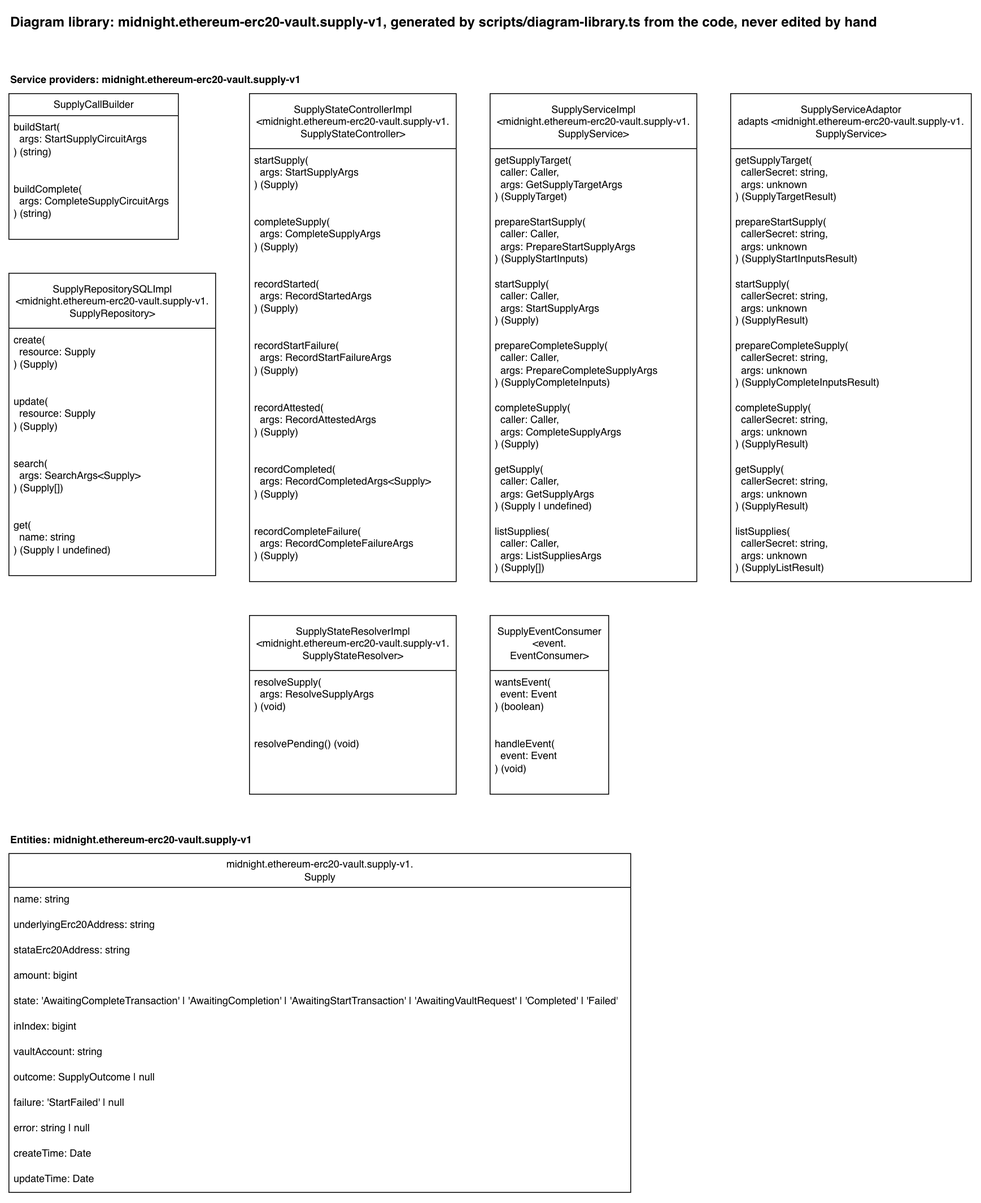
This is docs/diagram-library/midnight/ethereum-erc20-vault/supply-v1/diagram-library.drawio.png from sig-net/full-stack-demo, a draw.io export, as it was before one commit. Source tidied: cells renumbered, new cells last; positions are measured from the earlier drawing's top-left corner, leaving out a move shared by most shapes.
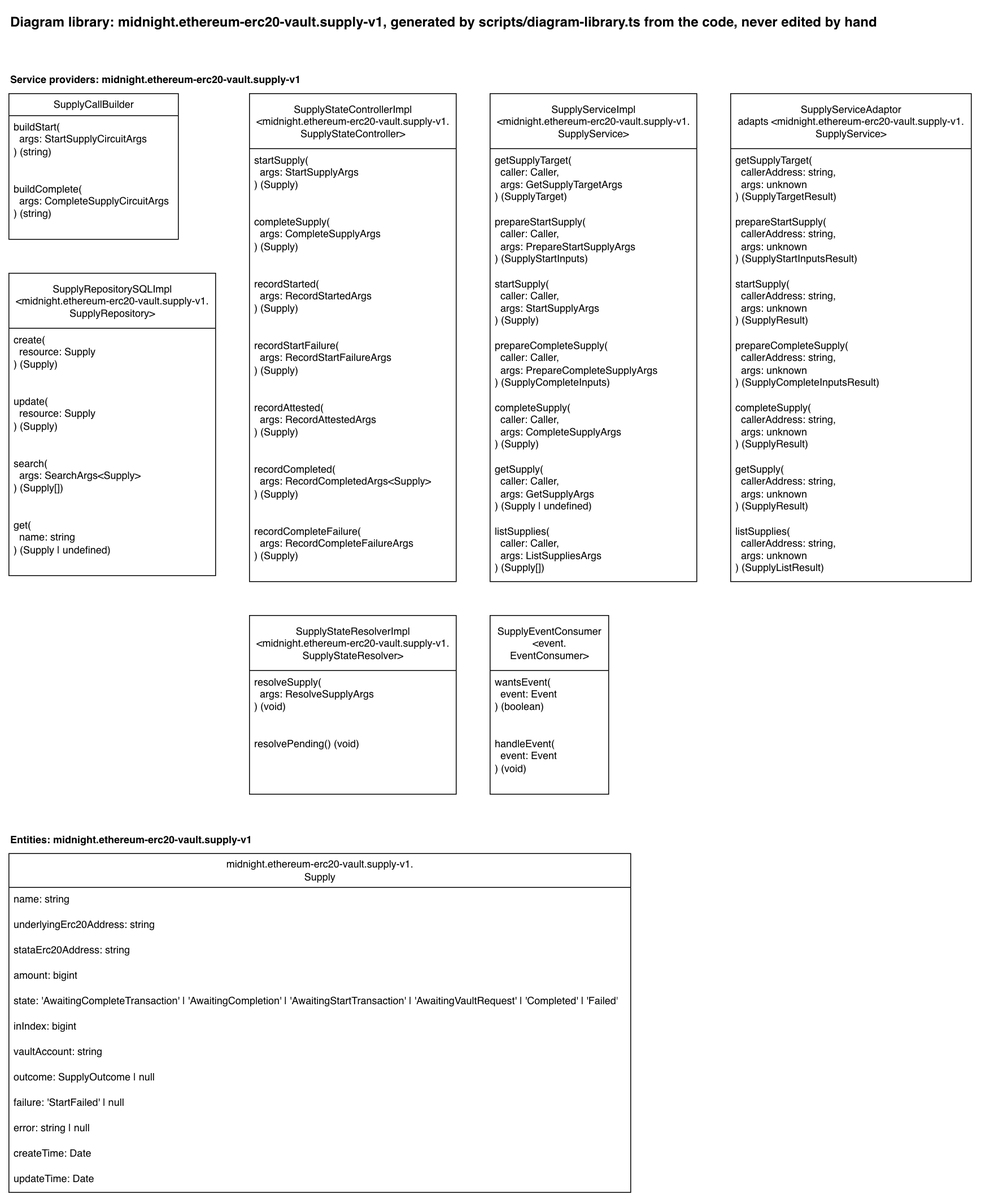
Later version of the same file.

What changed in the source:
```diff
@@ -101,25 +101,25 @@
     <mxCell id="34" value="SupplyServiceAdaptor&lt;br&gt;adapts &amp;lt;midnight.ethereum-erc20-vault.supply-v1.&lt;br&gt;SupplyService&amp;gt;" style="swimlane;fontStyle=0;horizontal=1;startSize=65;fillColor=default;html=1;fillStyle=solid;" parent="1" vertex="1">
       <mxGeometry x="852" y="100" width="284" height="576" as="geometry" />
     </mxCell>
-    <mxCell id="35" value="getSupplyTarget(&lt;br&gt;&amp;nbsp; callerSecret: string,&lt;br&gt;&amp;nbsp; args: unknown&lt;br&gt;) (SupplyTargetResult)" style="text;strokeColor=none;fillColor=none;align=left;verticalAlign=top;spacingLeft=4;spacingRight=4;overflow=hidden;whiteSpace=wrap;html=1;" parent="34" vertex="1">
+    <mxCell id="35" value="getSupplyTarget(&lt;br&gt;&amp;nbsp; callerAddress: string,&lt;br&gt;&amp;nbsp; args: unknown&lt;br&gt;) (SupplyTargetResult)" style="text;strokeColor=none;fillColor=none;align=left;verticalAlign=top;spacingLeft=4;spacingRight=4;overflow=hidden;whiteSpace=wrap;html=1;" parent="34" vertex="1">
       <mxGeometry y="65" width="284" height="73" as="geometry" />
     </mxCell>
-    <mxCell id="36" value="prepareStartSupply(&lt;br&gt;&amp;nbsp; callerSecret: string,&lt;br&gt;&amp;nbsp; args: unknown&lt;br&gt;) (SupplyStartInputsResult)" style="text;strokeColor=none;fillColor=none;align=left;verticalAlign=top;spacingLeft=4;spacingRight=4;overflow=hidden;whiteSpace=wrap;html=1;" parent="34" vertex="1">
+    <mxCell id="36" value="prepareStartSupply(&lt;br&gt;&amp;nbsp; callerAddress: string,&lt;br&gt;&amp;nbsp; args: unknown&lt;br&gt;) (SupplyStartInputsResult)" style="text;strokeColor=none;fillColor=none;align=left;verticalAlign=top;spacingLeft=4;spacingRight=4;overflow=hidden;whiteSpace=wrap;html=1;" parent="34" vertex="1">
       <mxGeometry y="138" width="284" height="73" as="geometry" />
     </mxCell>
-    <mxCell id="37" value="startSupply(&lt;br&gt;&amp;nbsp; callerSecret: string,&lt;br&gt;&amp;nbsp; args: unknown&lt;br&gt;) (SupplyResult)" style="text;strokeColor=none;fillColor=none;align=left;verticalAlign=top;spacingLeft=4;spacingRight=4;overflow=hidden;whiteSpace=wrap;html=1;" parent="34" vertex="1">
+    <mxCell id="37" value="startSupply(&lt;br&gt;&amp;nbsp; callerAddress: string,&lt;br&gt;&amp;nbsp; args: unknown&lt;br&gt;) (SupplyResult)" style="text;strokeColor=none;fillColor=none;align=left;verticalAlign=top;spacingLeft=4;spacingRight=4;overflow=hidden;whiteSpace=wrap;html=1;" parent="34" vertex="1">
       <mxGeometry y="211" width="284" height="73" as="geometry" />
     </mxCell>
-    <mxCell id="38" value="prepareCompleteSupply(&lt;br&gt;&amp;nbsp; callerSecret: string,&lt;br&gt;&amp;nbsp; args: unknown&lt;br&gt;) (SupplyCompleteInputsResult)" style="text;strokeColor=none;fillColor=none;align=left;verticalAlign=top;spacingLeft=4;spacingRight=4;overflow=hidden;whiteSpace=wrap;html=1;" parent="34" vertex="1">
+    <mxCell id="38" value="prepareCompleteSupply(&lt;br&gt;&amp;nbsp; callerAddress: string,&lt;br&gt;&amp;nbsp; args: unknown&lt;br&gt;) (SupplyCompleteInputsResult)" style="text;strokeColor=none;fillColor=none;align=left;verticalAlign=top;spacingLeft=4;spacingRight=4;overflow=hidden;whiteSpace=wrap;html=1;" parent="34" vertex="1">
       <mxGeometry y="284" width="284" height="73" as="geometry" />
     </mxCell>
-    <mxCell id="39" value="completeSupply(&lt;br&gt;&amp;nbsp; callerSecret: string,&lt;br&gt;&amp;nbsp; args: unknown&lt;br&gt;) (SupplyResult)" style="text;strokeColor=none;fillColor=none;align=left;verticalAlign=top;spacingLeft=4;spacingRight=4;overflow=hidden;whiteSpace=wrap;html=1;" parent="34" vertex="1">
+    <mxCell id="39" value="completeSupply(&lt;br&gt;&amp;nbsp; callerAddress: string,&lt;br&gt;&amp;nbsp; args: unknown&lt;br&gt;) (SupplyResult)" style="text;strokeColor=none;fillColor=none;align=left;verticalAlign=top;spacingLeft=4;spacingRight=4;overflow=hidden;whiteSpace=wrap;html=1;" parent="34" vertex="1">
       <mxGeometry y="357" width="284" height="73" as="geometry" />
     </mxCell>
-    <mxCell id="40" value="getSupply(&lt;br&gt;&amp;nbsp; callerSecret: string,&lt;br&gt;&amp;nbsp; args: unknown&lt;br&gt;) (SupplyResult)" style="text;strokeColor=none;fillColor=none;align=left;verticalAlign=top;spacingLeft=4;spacingRight=4;overflow=hidden;whiteSpace=wrap;html=1;" parent="34" vertex="1">
+    <mxCell id="40" value="getSupply(&lt;br&gt;&amp;nbsp; callerAddress: string,&lt;br&gt;&amp;nbsp; args: unknown&lt;br&gt;) (SupplyResult)" style="text;strokeColor=none;fillColor=none;align=left;verticalAlign=top;spacingLeft=4;spacingRight=4;overflow=hidden;whiteSpace=wrap;html=1;" parent="34" vertex="1">
       <mxGeometry y="430" width="284" height="73" as="geometry" />
     </mxCell>
-    <mxCell id="41" value="listSupplies(&lt;br&gt;&amp;nbsp; callerSecret: string,&lt;br&gt;&amp;nbsp; args: unknown&lt;br&gt;) (SupplyListResult)" style="text;strokeColor=none;fillColor=none;align=left;verticalAlign=top;spacingLeft=4;spacingRight=4;overflow=hidden;whiteSpace=wrap;html=1;" parent="34" vertex="1">
+    <mxCell id="41" value="listSupplies(&lt;br&gt;&amp;nbsp; callerAddress: string,&lt;br&gt;&amp;nbsp; args: unknown&lt;br&gt;) (SupplyListResult)" style="text;strokeColor=none;fillColor=none;align=left;verticalAlign=top;spacingLeft=4;spacingRight=4;overflow=hidden;whiteSpace=wrap;html=1;" parent="34" vertex="1">
       <mxGeometry y="503" width="284" height="73" as="geometry" />
     </mxCell>
     <mxCell id="42" value="Entities: midnight.ethereum-erc20-vault.supply-v1" style="text;html=1;fontStyle=1;" parent="1" vertex="1">
```
